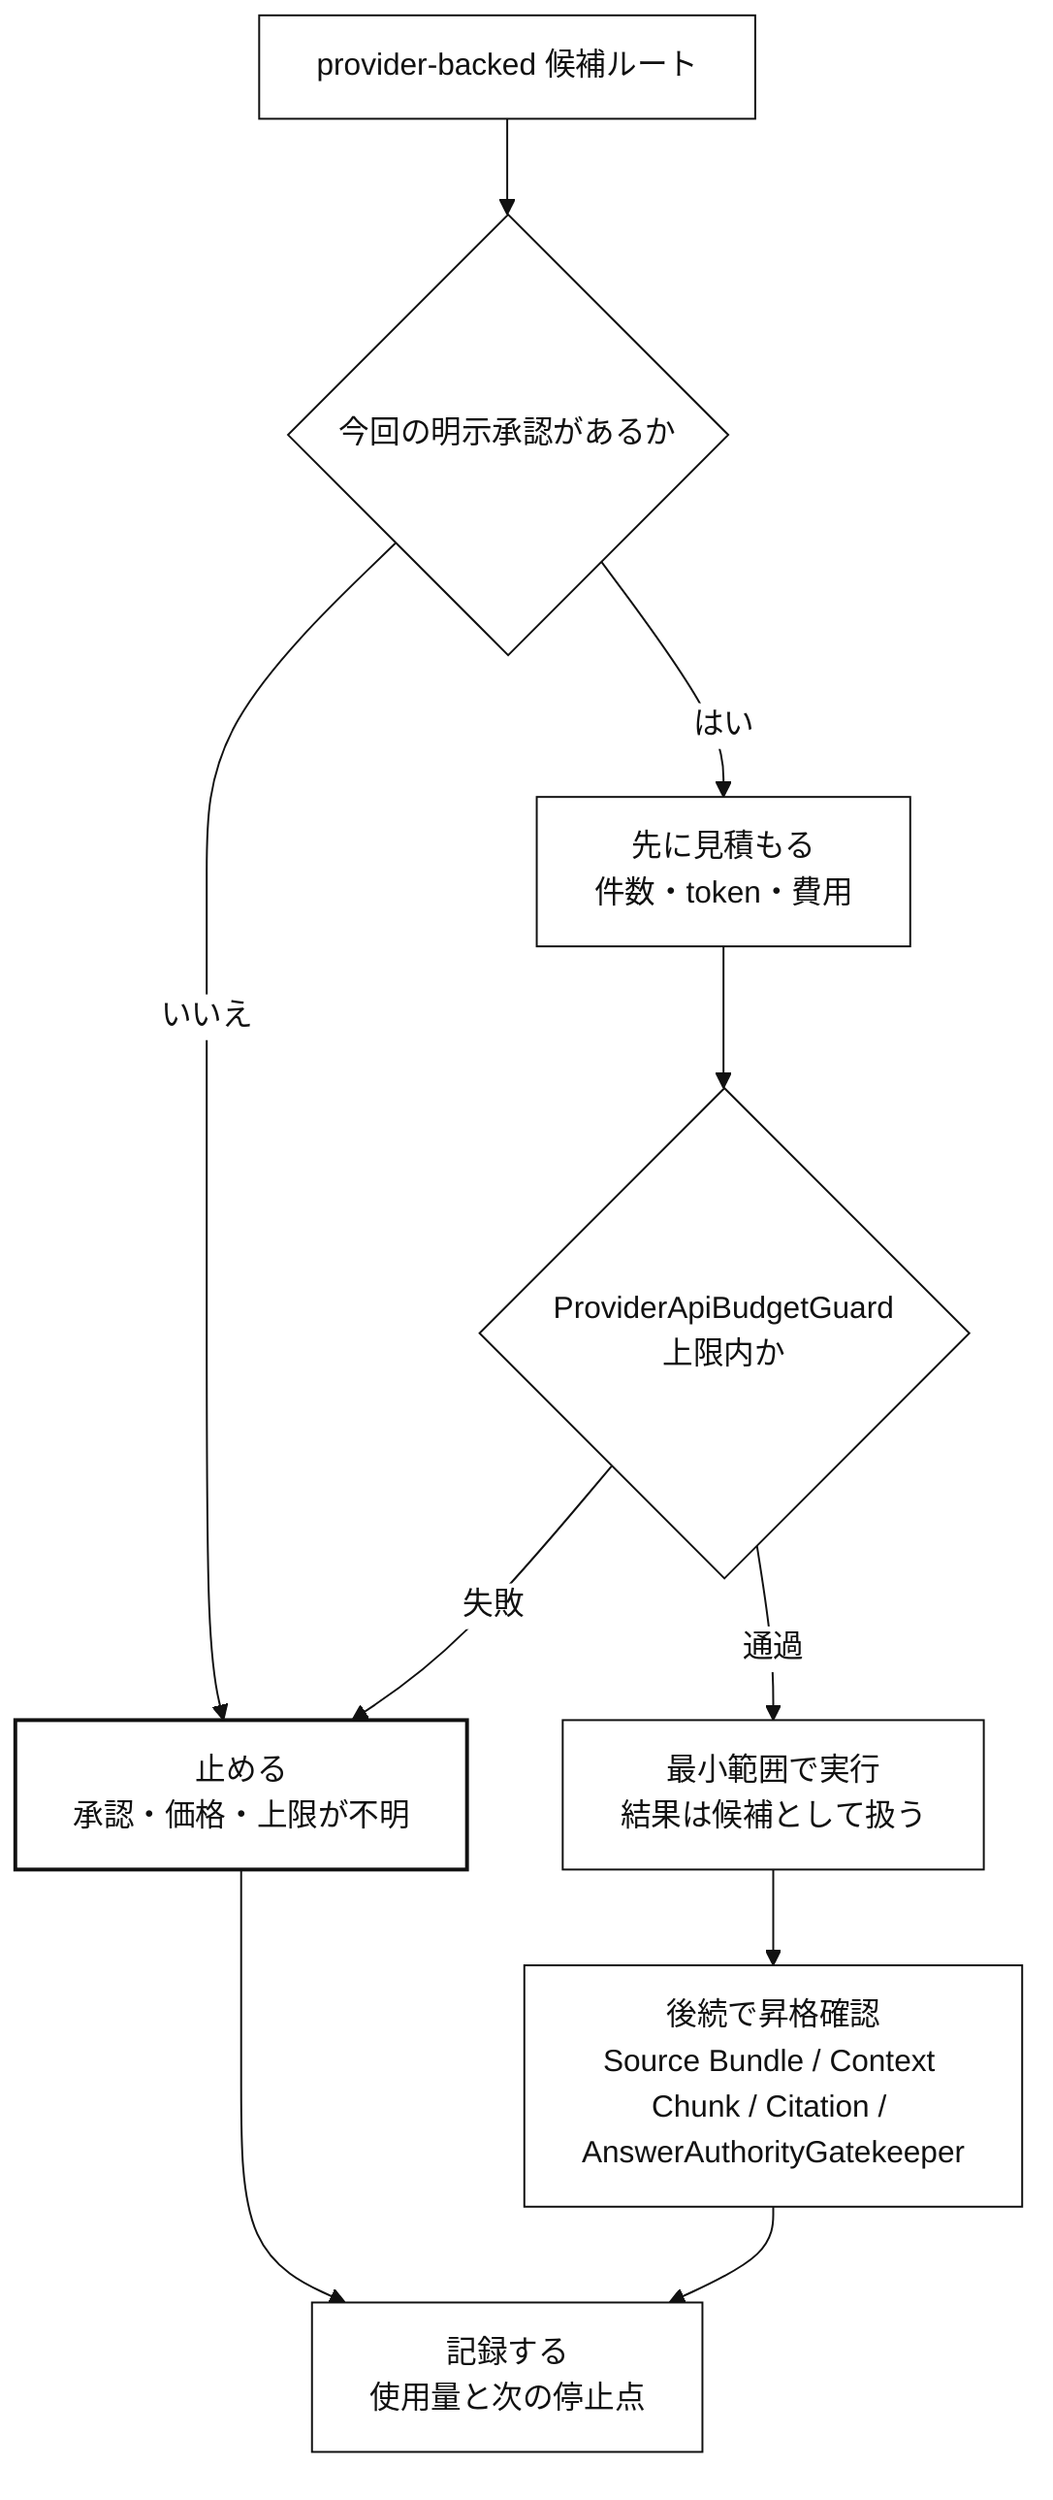
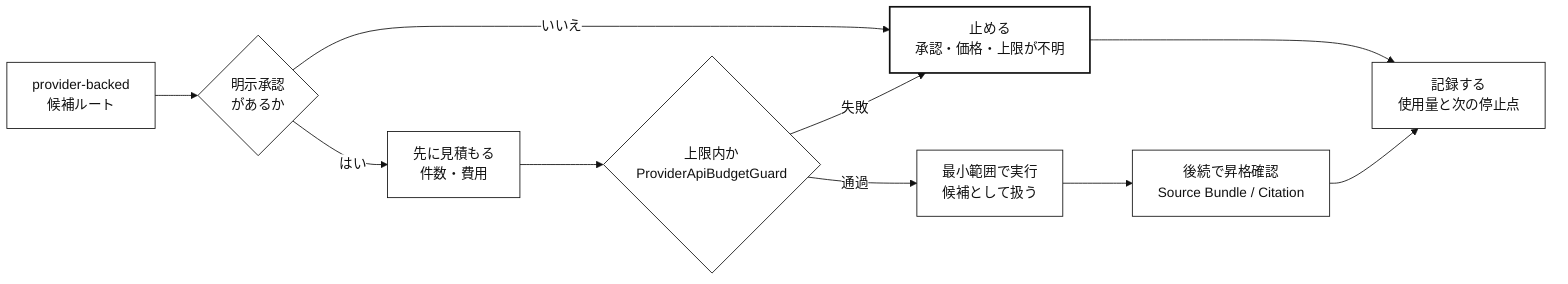
%%{init: {"theme":"base","themeVariables":{"background":"#ffffff","primaryColor":"#ffffff","primaryBorderColor":"#111111","primaryTextColor":"#111111","secondaryColor":"#ffffff","secondaryBorderColor":"#111111","secondaryTextColor":"#111111","tertiaryColor":"#ffffff","tertiaryBorderColor":"#111111","tertiaryTextColor":"#111111","lineColor":"#111111","textColor":"#111111","mainBkg":"#ffffff","secondBkg":"#ffffff","actorBkg":"#ffffff","actorBorder":"#111111","actorTextColor":"#111111","activationBkgColor":"#ffffff","activationBorderColor":"#111111","noteBkgColor":"#ffffff","noteBorderColor":"#111111","labelBoxBkgColor":"#ffffff","labelBoxBorderColor":"#111111","signalColor":"#111111","signalTextColor":"#111111","loopTextColor":"#111111"}}}%%
- flowchart TB
+ flowchart LR
  %% 完成形の provider / quota guard 図: 承認済みProviderを候補生成として安全に使う

-   classDef ask fill:#ffffff,stroke:#111111,color:#111111
-   classDef ok fill:#ffffff,stroke:#111111,color:#111111
+   classDef main fill:#ffffff,stroke:#111111,color:#111111
  classDef stop fill:#ffffff,stroke:#111111,color:#111111,stroke-width:2px
-   classDef record fill:#ffffff,stroke:#111111,color:#111111

-   need["provider-backed 候補ルート"]:::ask
-   approval{"今回の明示承認があるか"}:::ask
-   estimate["先に見積もる<br/>件数・token・費用"]:::ask
-   guard{"ProviderApiBudgetGuard<br/>上限内か"}:::ask
-   run["最小範囲で実行<br/>結果は候補として扱う"]:::ok
-   restore["後続で昇格確認<br/>Source Bundle / Context Chunk / Citation / AnswerAuthorityGatekeeper"]:::ok
+   route["provider-backed<br/>候補ルート"]:::main
+   approval{"明示承認<br/>があるか"}:::main
+   estimate["先に見積もる<br/>件数・費用"]:::main
+   guard{"上限内か<br/>ProviderApiBudgetGuard"}:::main
+   run["最小範囲で実行<br/>候補として扱う"]:::main
+   restore["後続で昇格確認<br/>Source Bundle / Citation"]:::main
  stop["止める<br/>承認・価格・上限が不明"]:::stop
-   ledger["記録する<br/>使用量と次の停止点"]:::record
+   record["記録する<br/>使用量と次の停止点"]:::main

-   need --> approval
-   approval -->|"いいえ"| stop --> ledger
+   route --> approval
+   approval -->|"いいえ"| stop --> record
  approval -->|"はい"| estimate --> guard
  guard -->|"失敗"| stop
-   guard -->|"通過"| run --> restore --> ledger
+   guard -->|"通過"| run --> restore --> record
